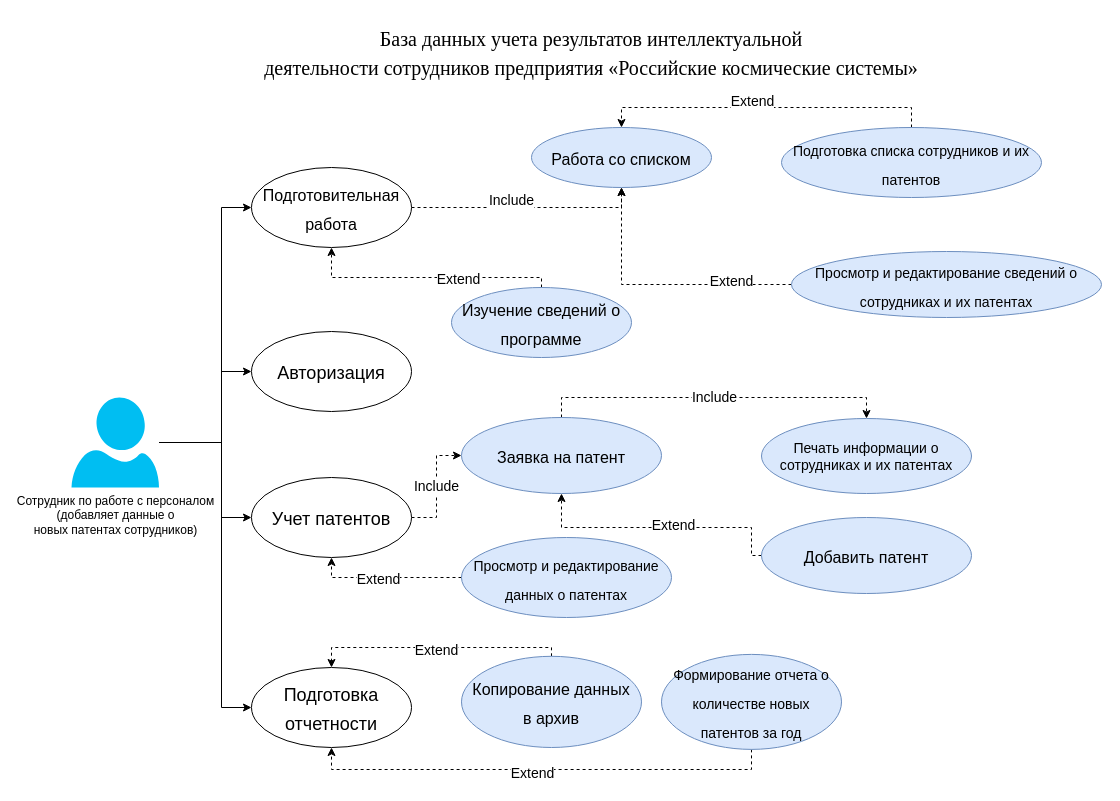
Before: BD_Lab2-2.drawio in lexa-pnz/BD_Scheme, a draw.io diagram. Source tidied: cells renumbered, new cells numbered last; positions are measured from the earlier drawing's top-left corner, leaving out a move shared by most shapes. Both pictures are drawn from the tidied source at 100%, with x=0, y=0 at pixel (71, 17).
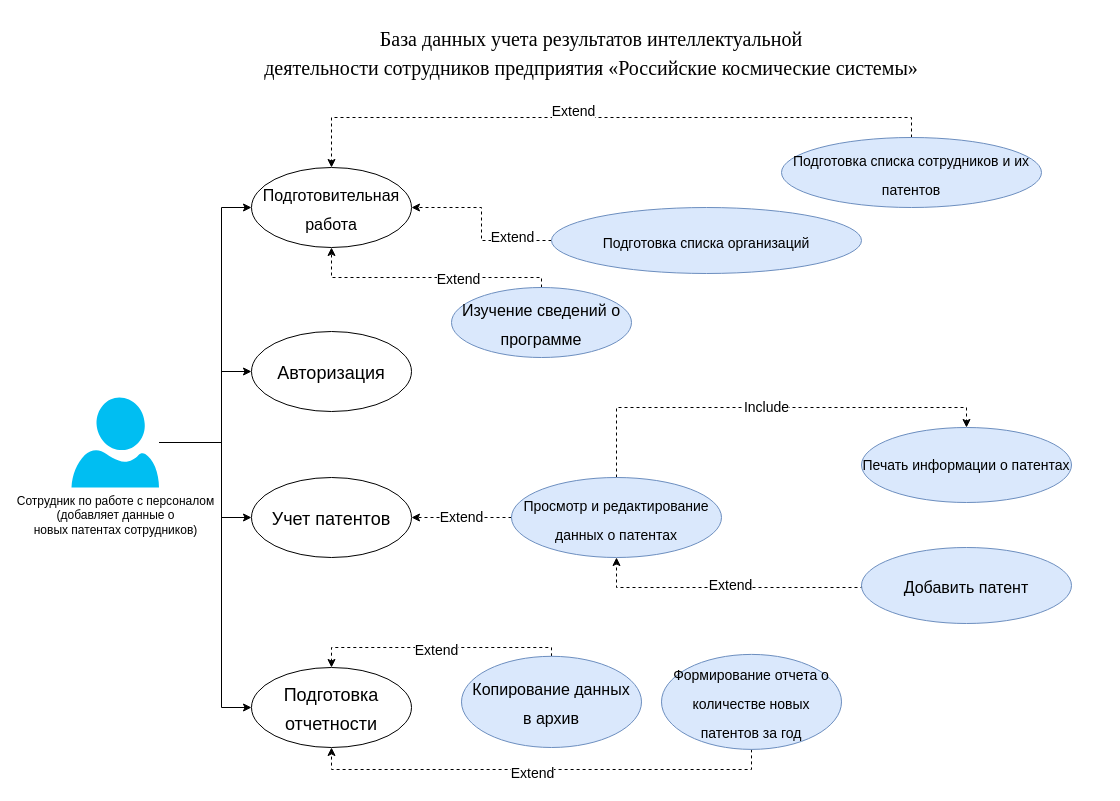
The same diagram, later.

Unchanged cells that the change refers to:
```xml
<mxCell id="11" value="&lt;font style=&quot;font-size: 16px&quot;&gt;Подготовительная работа&lt;/font&gt;" style="ellipse;whiteSpace=wrap;html=1;fontSize=24;" parent="1" vertex="1">
  <mxGeometry x="180" y="150" width="160" height="80" as="geometry" />
</mxCell>
<mxCell id="13" value="&lt;font style=&quot;font-size: 18px&quot;&gt;Учет патентов&lt;/font&gt;" style="ellipse;whiteSpace=wrap;html=1;fontSize=24;" parent="1" vertex="1">
  <mxGeometry x="180" y="460" width="160" height="80" as="geometry" />
</mxCell>
```

Diff of the diagram source:
```diff
@@
-    <mxCell id="10" value="&lt;font style=&quot;font-size: 14px&quot;&gt;Include&lt;/font&gt;" style="edgeStyle=orthogonalEdgeStyle;rounded=0;jettySize=auto;html=1;entryX=0.5;entryY=1;entryDx=0;entryDy=0;fontSize=24;dashed=1;" parent="1" edge="1" source="11" target="14">
-      <mxGeometry x="0.91" y="110" relative="1" as="geometry" />
-    </mxCell>
@@
-    <mxCell id="12" value="&lt;font style=&quot;font-size: 14px&quot;&gt;Include&lt;/font&gt;" style="edgeStyle=orthogonalEdgeStyle;rounded=0;jettySize=auto;html=1;entryX=0;entryY=0.5;entryDx=0;entryDy=0;dashed=1;fontSize=14;" parent="1" edge="1" source="13" target="30">
-      <mxGeometry relative="1" as="geometry" />
-    </mxCell>
@@
-    <mxCell id="14" value="&lt;font style=&quot;font-size: 16px&quot;&gt;Работа со списком&lt;/font&gt;" style="ellipse;whiteSpace=wrap;html=1;fontSize=24;fillColor=#dae8fc;strokeColor=#6c8ebf;" parent="1" vertex="1">
-      <mxGeometry x="460" y="110" width="180" height="60" as="geometry" />
-    </mxCell>
-    <mxCell id="15" style="edgeStyle=orthogonalEdgeStyle;rounded=0;jettySize=auto;html=1;entryX=0.5;entryY=1;entryDx=0;entryDy=0;dashed=1;fontSize=24;" parent="1" edge="1" source="17" target="14">
+    <mxCell id="15" style="edgeStyle=orthogonalEdgeStyle;rounded=0;jettySize=auto;html=1;entryX=1;entryY=0.5;entryDx=0;entryDy=0;dashed=1;fontSize=24;" parent="1" edge="1" source="17" target="11">
       <mxGeometry relative="1" as="geometry" />
     </mxCell>
@@
-    <mxCell id="17" value="&lt;font style=&quot;font-size: 14px&quot;&gt;Просмотр и редактирование сведений о сотрудниках и их патентах&lt;/font&gt;" style="ellipse;whiteSpace=wrap;html=1;fontSize=24;fillColor=#dae8fc;strokeColor=#6c8ebf;" parent="1" vertex="1">
-      <mxGeometry x="720" y="234" width="310" height="66" as="geometry" />
+    <mxCell id="17" value="&lt;span style=&quot;font-size: 14px&quot;&gt;Подготовка списка организаций&lt;/span&gt;" style="ellipse;whiteSpace=wrap;html=1;fontSize=24;fillColor=#dae8fc;strokeColor=#6c8ebf;" parent="1" vertex="1">
+      <mxGeometry x="480" y="190" width="310" height="66" as="geometry" />
     </mxCell>
@@
-    <mxCell id="21" style="edgeStyle=orthogonalEdgeStyle;rounded=0;jettySize=auto;html=1;entryX=0.5;entryY=0;entryDx=0;entryDy=0;dashed=1;fontSize=24;" parent="1" edge="1" source="23" target="14">
+    <mxCell id="21" style="edgeStyle=orthogonalEdgeStyle;rounded=0;jettySize=auto;html=1;entryX=0.5;entryY=0;entryDx=0;entryDy=0;dashed=1;fontSize=24;" parent="1" edge="1" source="23" target="11">
       <mxGeometry relative="1" as="geometry">
         <Array as="points">
-          <mxPoint x="840" y="90" />
-          <mxPoint x="550" y="90" />
+          <mxPoint x="840" y="100" />
+          <mxPoint x="260" y="100" />
         </Array>
       </mxGeometry>
     </mxCell>
@@
     <mxCell id="23" value="&lt;font style=&quot;font-size: 14px&quot;&gt;Подготовка списка сотрудников и их патентов&lt;/font&gt;" style="ellipse;whiteSpace=wrap;html=1;fontSize=24;fillColor=#dae8fc;strokeColor=#6c8ebf;" parent="1" vertex="1">
-      <mxGeometry x="710" y="110" width="260" height="70" as="geometry" />
+      <mxGeometry x="710" y="120" width="260" height="70" as="geometry" />
     </mxCell>
@@
-    <mxCell id="29" value="&lt;font style=&quot;font-size: 14px&quot;&gt;Include&lt;/font&gt;" style="edgeStyle=orthogonalEdgeStyle;rounded=0;jettySize=auto;html=1;entryX=0.5;entryY=0;entryDx=0;entryDy=0;dashed=1;fontSize=14;exitX=0.5;exitY=0;exitDx=0;exitDy=0;" parent="1" edge="1" source="30" target="31">
-      <mxGeometry relative="1" as="geometry" />
+    <mxCell id="29" value="&lt;font style=&quot;font-size: 14px&quot;&gt;Include&lt;/font&gt;" style="edgeStyle=orthogonalEdgeStyle;rounded=0;jettySize=auto;html=1;entryX=0.5;entryY=0;entryDx=0;entryDy=0;dashed=1;fontSize=14;exitX=0.5;exitY=0;exitDx=0;exitDy=0;" parent="1" edge="1" source="37" target="31">
+      <mxGeometry relative="1" as="geometry">
+        <Array as="points">
+          <mxPoint x="545" y="390" />
+          <mxPoint x="895" y="390" />
+        </Array>
+      </mxGeometry>
     </mxCell>
-    <mxCell id="30" value="&lt;font style=&quot;font-size: 16px&quot;&gt;Заявка на патент&lt;/font&gt;" style="ellipse;whiteSpace=wrap;html=1;fontSize=24;fillColor=#dae8fc;strokeColor=#6c8ebf;" parent="1" vertex="1">
-      <mxGeometry x="390" y="400" width="200" height="76" as="geometry" />
-    </mxCell>
-    <mxCell id="31" value="&lt;font style=&quot;font-size: 14px;&quot;&gt;Печать информации о сотрудниках и их патентах&lt;/font&gt;" style="ellipse;whiteSpace=wrap;html=1;fontSize=14;fillColor=#dae8fc;strokeColor=#6c8ebf;" parent="1" vertex="1">
-      <mxGeometry x="690" y="401" width="210" height="75" as="geometry" />
+    <mxCell id="31" value="&lt;font style=&quot;font-size: 14px&quot;&gt;Печать информации о патентах&lt;/font&gt;" style="ellipse;whiteSpace=wrap;html=1;fontSize=14;fillColor=#dae8fc;strokeColor=#6c8ebf;" parent="1" vertex="1">
+      <mxGeometry x="790" y="410" width="210" height="75" as="geometry" />
     </mxCell>
-    <mxCell id="32" style="edgeStyle=orthogonalEdgeStyle;rounded=0;jettySize=auto;html=1;entryX=0.5;entryY=1;entryDx=0;entryDy=0;dashed=1;fontSize=14;exitX=0;exitY=0.5;exitDx=0;exitDy=0;" parent="1" edge="1" source="34" target="30">
+    <mxCell id="32" style="edgeStyle=orthogonalEdgeStyle;rounded=0;jettySize=auto;html=1;dashed=1;fontSize=14;exitX=0;exitY=0.5;exitDx=0;exitDy=0;entryX=0.5;entryY=1;entryDx=0;entryDy=0;" parent="1" edge="1" source="34" target="37">
       <mxGeometry relative="1" as="geometry">
         <Array as="points">
-          <mxPoint x="680" y="538" />
-          <mxPoint x="680" y="510" />
-          <mxPoint x="490" y="510" />
+          <mxPoint x="790" y="570" />
+          <mxPoint x="545" y="570" />
         </Array>
       </mxGeometry>
     </mxCell>
     <mxCell id="33" value="&lt;font style=&quot;font-size: 14px&quot;&gt;Extend&lt;/font&gt;" style="edgeLabel;html=1;align=center;verticalAlign=middle;fontSize=14;" parent="32" vertex="1">
-      <mxGeometry x="-0.11" y="-3" relative="1" as="geometry" />
+      <mxGeometry x="-0.11" y="-3" relative="1" as="geometry">
+        <mxPoint x="-11" as="offset" />
+      </mxGeometry>
     </mxCell>
     <mxCell id="34" value="&lt;span style=&quot;font-size: 16px&quot;&gt;Добавить патент&lt;/span&gt;" style="ellipse;whiteSpace=wrap;html=1;fontSize=24;fillColor=#dae8fc;strokeColor=#6c8ebf;" parent="1" vertex="1">
-      <mxGeometry x="690" y="500" width="210" height="76" as="geometry" />
+      <mxGeometry x="790" y="530" width="210" height="76" as="geometry" />
     </mxCell>
-    <mxCell id="35" style="edgeStyle=orthogonalEdgeStyle;rounded=0;jettySize=auto;html=1;entryX=0.5;entryY=1;entryDx=0;entryDy=0;dashed=1;fontSize=14;" parent="1" edge="1" source="37" target="13">
-      <mxGeometry relative="1" as="geometry" />
-    </mxCell>
-    <mxCell id="36" value="&lt;font style=&quot;font-size: 14px&quot;&gt;Extend&lt;/font&gt;" style="edgeLabel;html=1;align=center;verticalAlign=middle;fontSize=14;" parent="35" vertex="1">
-      <mxGeometry x="-0.06" y="1" relative="1" as="geometry">
-        <mxPoint x="-13" as="offset" />
-      </mxGeometry>
+    <mxCell id="36" value="&lt;font style=&quot;font-size: 14px&quot;&gt;Extend&lt;/font&gt;" style="edgeStyle=orthogonalEdgeStyle;rounded=0;jettySize=auto;html=1;dashed=1;" parent="1" edge="1" source="37" target="13">
+      <mxGeometry relative="1" as="geometry" />
     </mxCell>
     <mxCell id="37" value="&lt;font style=&quot;font-size: 14px&quot;&gt;Просмотр и редактирование данных о патентах&lt;/font&gt;" style="ellipse;whiteSpace=wrap;html=1;fontSize=24;fillColor=#dae8fc;strokeColor=#6c8ebf;" parent="1" vertex="1">
-      <mxGeometry x="390" y="520" width="210" height="80" as="geometry" />
+      <mxGeometry x="440" y="460" width="210" height="80" as="geometry" />
     </mxCell>
```
